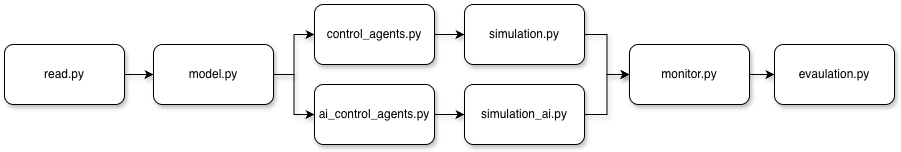
arsiboo/production-flow-network-simulation keeps this draw.io diagram as roadmap.png. Above is the earlier version. Source tidied: cells renumbered, new cells last; positions are measured from the earlier drawing's top-left corner, leaving out a move shared by most shapes.
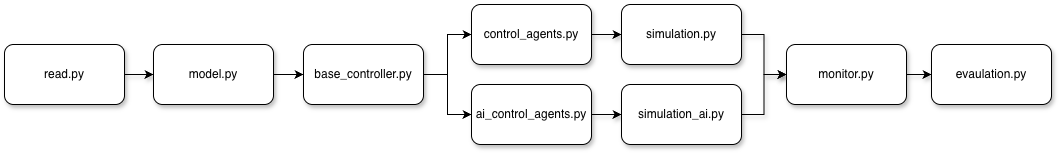
Later version of the same file.

Change to the diagram source:
```diff
@@ -6,16 +6,13 @@
       <mxGeometry relative="1" as="geometry" />
     </mxCell>
     <mxCell id="3" value="read.py" style="rounded=1;whiteSpace=wrap;html=1;shadow=1;" parent="1" vertex="1">
-      <mxGeometry y="40" width="120" height="60" as="geometry" />
+      <mxGeometry x="-157" y="40" width="120" height="60" as="geometry" />
     </mxCell>
-    <mxCell id="4" style="edgeStyle=orthogonalEdgeStyle;rounded=0;jettySize=auto;html=1;entryX=0;entryY=0.5;entryDx=0;entryDy=0;shadow=1;" parent="1" edge="1" source="6" target="8">
-      <mxGeometry relative="1" as="geometry" />
-    </mxCell>
-    <mxCell id="5" style="edgeStyle=orthogonalEdgeStyle;rounded=0;jettySize=auto;html=1;exitX=1;exitY=0.5;exitDx=0;exitDy=0;entryX=0;entryY=0.5;entryDx=0;entryDy=0;shadow=1;" parent="1" edge="1" source="6" target="10">
-      <mxGeometry relative="1" as="geometry" />
-    </mxCell>
+    <mxCell id="18" style="edgeStyle=orthogonalEdgeStyle;rounded=0;jettySize=auto;html=1;" parent="1" edge="1" source="6" target="21">
+      <mxGeometry relative="1" as="geometry" />
+    </mxCell>
     <mxCell id="6" value="model.py" style="rounded=1;whiteSpace=wrap;html=1;shadow=1;" parent="1" vertex="1">
-      <mxGeometry x="149" y="40" width="120" height="60" as="geometry" />
+      <mxGeometry x="-8" y="40" width="120" height="60" as="geometry" />
     </mxCell>
     <mxCell id="7" style="edgeStyle=orthogonalEdgeStyle;rounded=0;jettySize=auto;html=1;shadow=1;" parent="1" edge="1" source="8" target="12">
       <mxGeometry relative="1" as="geometry" />
@@ -50,5 +47,14 @@
     <mxCell id="17" value="evaulation.py" style="whiteSpace=wrap;html=1;rounded=1;shadow=1;" parent="1" vertex="1">
       <mxGeometry x="770" y="40" width="120" height="60" as="geometry" />
     </mxCell>
+    <mxCell id="19" style="edgeStyle=orthogonalEdgeStyle;rounded=0;jettySize=auto;html=1;exitX=1;exitY=0.5;exitDx=0;exitDy=0;entryX=0;entryY=0.5;entryDx=0;entryDy=0;" parent="1" edge="1" source="21" target="8">
+      <mxGeometry relative="1" as="geometry" />
+    </mxCell>
+    <mxCell id="20" style="edgeStyle=orthogonalEdgeStyle;rounded=0;jettySize=auto;html=1;exitX=1;exitY=0.5;exitDx=0;exitDy=0;entryX=0;entryY=0.5;entryDx=0;entryDy=0;" parent="1" edge="1" source="21" target="10">
+      <mxGeometry relative="1" as="geometry" />
+    </mxCell>
+    <mxCell id="21" value="base_controller.py" style="rounded=1;whiteSpace=wrap;html=1;shadow=1;" parent="1" vertex="1">
+      <mxGeometry x="142" y="40" width="120" height="60" as="geometry" />
+    </mxCell>
   </root>
 </mxGraphModel>
```
